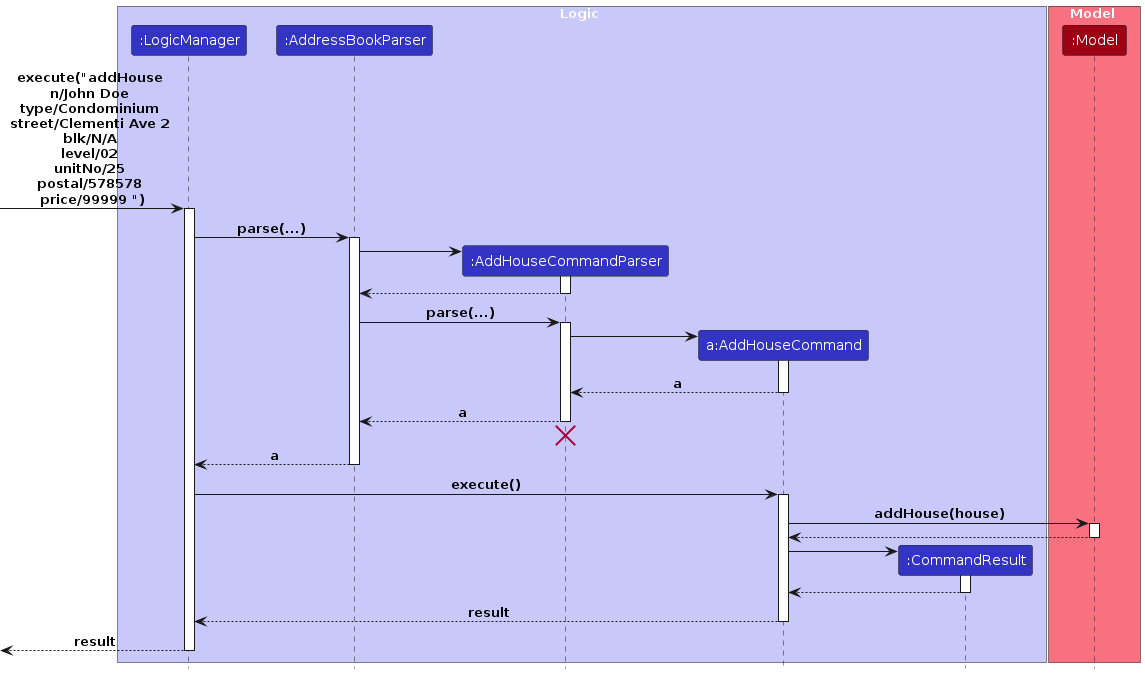
Above: diagrams/AddHouseSequenceDiagram-Logic.png in lokidoki102/tp (PlantUML), before the change. Its source is kept beside it as diagrams/AddHouseSequenceDiagram-Logic.puml.
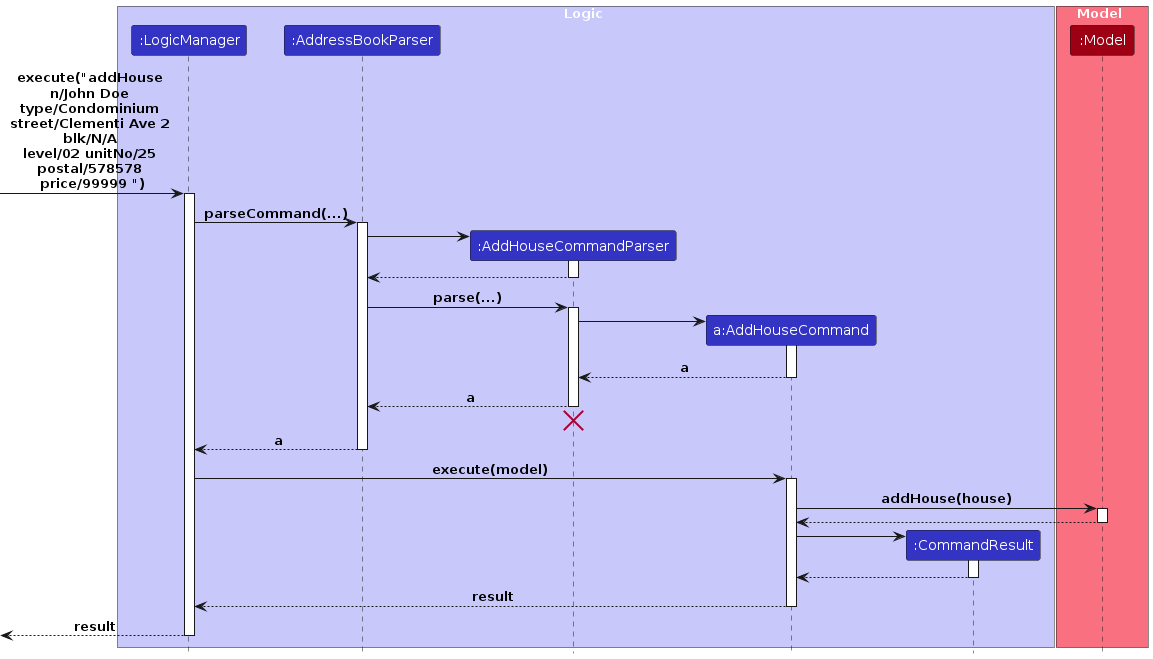
After the commit.

Diff of the diagram source:
```diff
@@ -13,10 +13,10 @@
 participant ":Model" as Model MODEL_COLOR
 end box
 [-> LogicManager : execute("addHouse \nn/John Doe \ntype/Condominium \n\
-street/Clementi Ave 2 \nblk/N/A \nlevel/02 \nunitNo/25 \npostal/578578 \nprice/99999 ")
+street/Clementi Ave 2 \nblk/N/A \nlevel/02 unitNo/25 \npostal/578578 \nprice/99999 ")
 activate LogicManager
 
-LogicManager -> AddressBookParser : parse(...)
+LogicManager -> AddressBookParser : parseCommand(...)
 activate AddressBookParser
 
 create AddHouseCommandParser
@@ -45,7 +45,7 @@
 AddressBookParser --> LogicManager : a
 deactivate AddressBookParser
 
-LogicManager -> AddHouseCommand : execute()
+LogicManager -> AddHouseCommand : execute(model)
 activate AddHouseCommand
 
 AddHouseCommand -> Model : addHouse(house)
```
